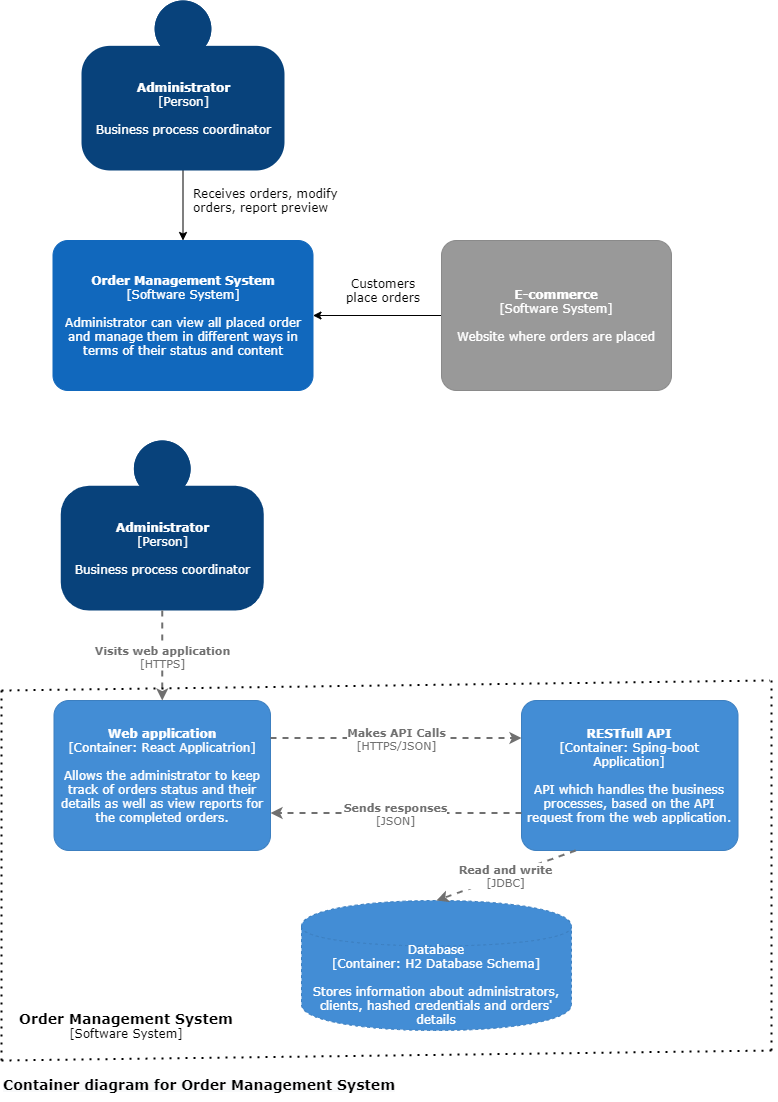
Earlier version of the draw.io export documentation/C4.png (JordanRad/limpo-order-service). Source tidied: cells renumbered, new cells last; positions are measured from the earlier drawing's top-left corner, leaving out a move shared by most shapes.
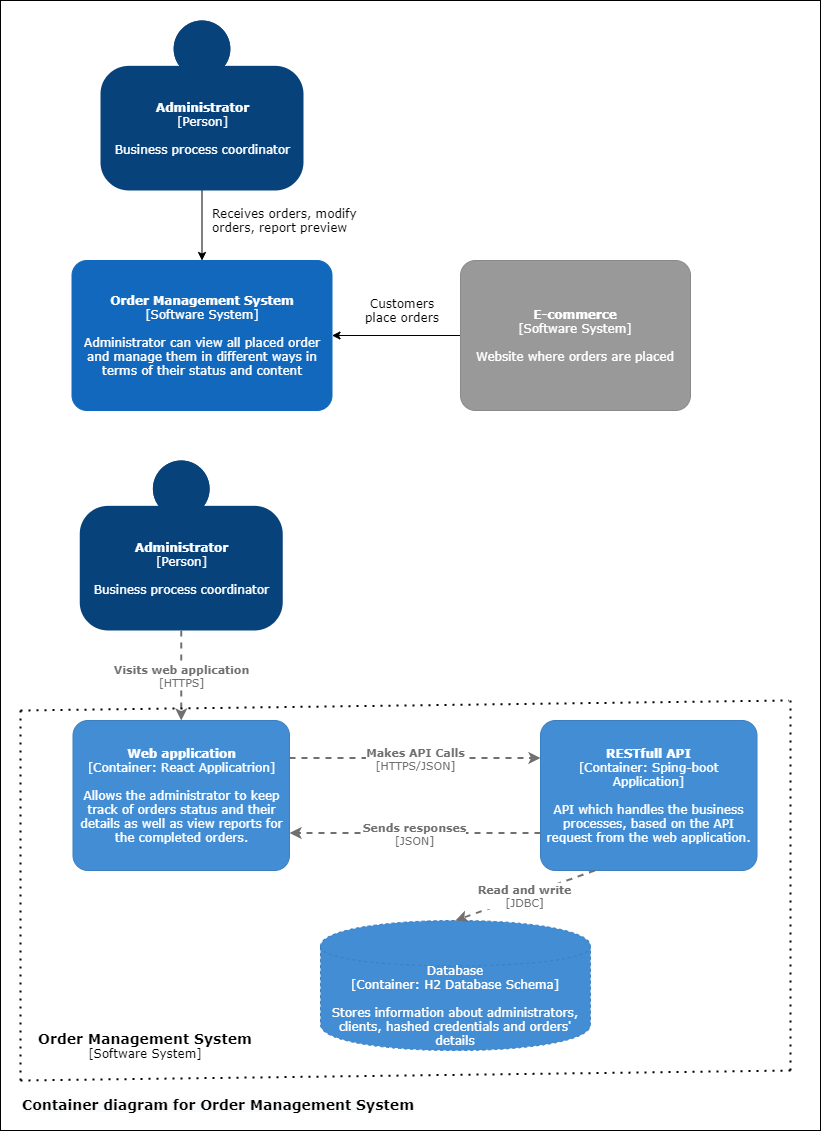
The same diagram one commit later.

Commit message:
Architecture diagrams added.

Diff of the diagram source:
```diff
@@ -2,6 +2,9 @@
   <root>
     <mxCell id="0" />
     <mxCell id="1" parent="0" />
+    <mxCell id="23" style="rounded=0;whiteSpace=wrap;html=1;" parent="1" vertex="1">
+      <mxGeometry x="-20" y="-20" width="820" height="1130" as="geometry" />
+    </mxCell>
     <mxCell id="2" style="edgeStyle=orthogonalEdgeStyle;rounded=0;jettySize=auto;html=1;fontFamily=Verdana;" parent="1" edge="1" source="3" target="4">
       <mxGeometry relative="1" as="geometry" />
     </mxCell>
```
